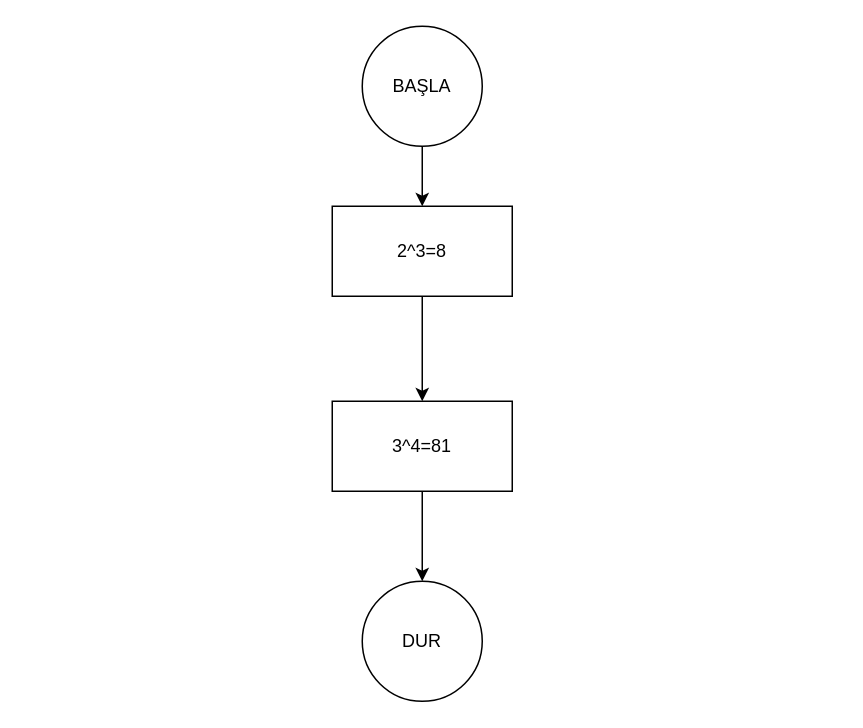
sahinhurcan/solve.NET keeps this draw.io diagram as Diagrams/ExponentialNumbers/1.drawio. Above is the earlier version. Source tidied: cells renumbered, new cells numbered last; positions are measured from the earlier drawing's top-left corner, leaving out a move shared by most shapes. Both pictures are drawn from the tidied source at 150%, with x=0, y=0 at pixel (332, 26).
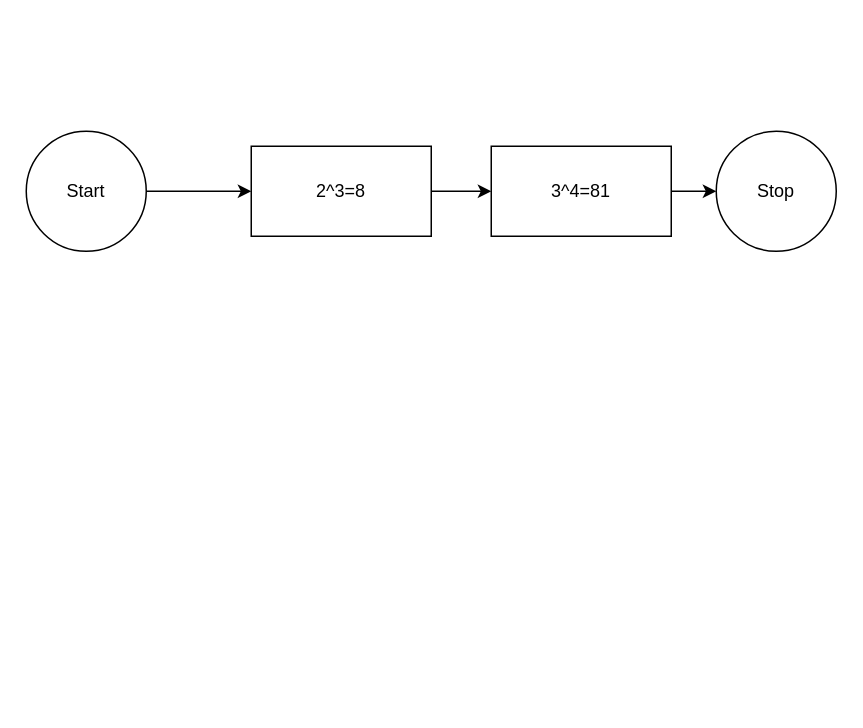
The same diagram, later.

Change to the diagram source:
```diff
@@
 <mxGraphModel>
   <root>
     <mxCell id="0" />
     <mxCell id="1" parent="0" />
-    <mxCell id="2" value="DUR" style="ellipse;whiteSpace=wrap;html=1;" parent="1" vertex="1">
-      <mxGeometry x="20" y="370" width="80" height="80" as="geometry" />
+    <mxCell id="2" value="Stop" style="ellipse;whiteSpace=wrap;html=1;" parent="1" vertex="1">
+      <mxGeometry x="256" y="70" width="80" height="80" as="geometry" />
     </mxCell>
     <mxCell id="3" style="edgeStyle=orthogonalEdgeStyle;rounded=0;jettySize=auto;html=1;" parent="1" edge="1" source="4" target="6">
       <mxGeometry relative="1" as="geometry" />
     </mxCell>
-    <mxCell id="4" value="BAŞLA" style="ellipse;whiteSpace=wrap;html=1;" parent="1" vertex="1">
-      <mxGeometry x="20" width="80" height="80" as="geometry" />
+    <mxCell id="4" value="Start" style="ellipse;whiteSpace=wrap;html=1;" parent="1" vertex="1">
+      <mxGeometry x="-204" y="70" width="80" height="80" as="geometry" />
     </mxCell>
     <mxCell id="5" style="edgeStyle=orthogonalEdgeStyle;rounded=0;jettySize=auto;html=1;" parent="1" edge="1" source="6" target="8">
       <mxGeometry relative="1" as="geometry" />
     </mxCell>
     <mxCell id="6" value="2^3=8" style="rounded=0;whiteSpace=wrap;html=1;" parent="1" vertex="1">
-      <mxGeometry y="120" width="120" height="60" as="geometry" />
+      <mxGeometry x="-54" y="80" width="120" height="60" as="geometry" />
     </mxCell>
     <mxCell id="7" style="edgeStyle=orthogonalEdgeStyle;rounded=0;jettySize=auto;html=1;" parent="1" edge="1" source="8" target="2">
       <mxGeometry relative="1" as="geometry" />
     </mxCell>
     <mxCell id="8" value="3^4=81" style="rounded=0;whiteSpace=wrap;html=1;" parent="1" vertex="1">
-      <mxGeometry y="250" width="120" height="60" as="geometry" />
+      <mxGeometry x="106" y="80" width="120" height="60" as="geometry" />
     </mxCell>
   </root>
 </mxGraphModel>
```
